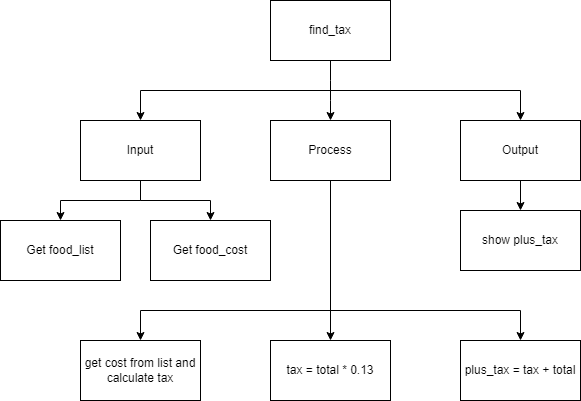
This is Draw.io/topdown.png from Peter-Gemmell/ICS3U-Assignment-7-Python, a draw.io export, as it was before one commit. Source tidied: cells renumbered, new cells last; positions are measured from the earlier drawing's top-left corner, leaving out a move shared by most shapes.
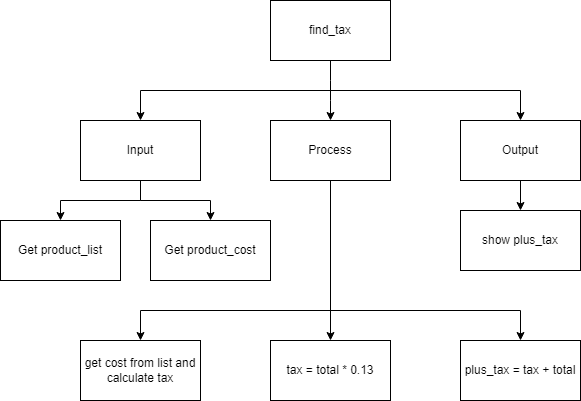
Later version of the same file.

The edit, as a diff of the source:
```diff
@@ -75,7 +75,7 @@
     <mxCell id="14" value="Output" style="rounded=0;whiteSpace=wrap;html=1;" parent="1" vertex="1">
       <mxGeometry x="460" y="120" width="120" height="60" as="geometry" />
     </mxCell>
-    <mxCell id="15" value="Get food_list" style="rounded=0;whiteSpace=wrap;html=1;" parent="1" vertex="1">
+    <mxCell id="15" value="Get product_list" style="rounded=0;whiteSpace=wrap;html=1;" parent="1" vertex="1">
       <mxGeometry y="220" width="120" height="60" as="geometry" />
     </mxCell>
     <mxCell id="16" value="show plus_tax" style="rounded=0;whiteSpace=wrap;html=1;" parent="1" vertex="1">
@@ -90,7 +90,7 @@
     <mxCell id="19" value="plus_tax = tax + total" style="rounded=0;whiteSpace=wrap;html=1;" parent="1" vertex="1">
       <mxGeometry x="460" y="340" width="120" height="60" as="geometry" />
     </mxCell>
-    <mxCell id="20" value="Get food_cost" style="rounded=0;whiteSpace=wrap;html=1;" parent="1" vertex="1">
+    <mxCell id="20" value="Get product_cost" style="rounded=0;whiteSpace=wrap;html=1;" parent="1" vertex="1">
       <mxGeometry x="150" y="220" width="120" height="60" as="geometry" />
     </mxCell>
   </root>
```
